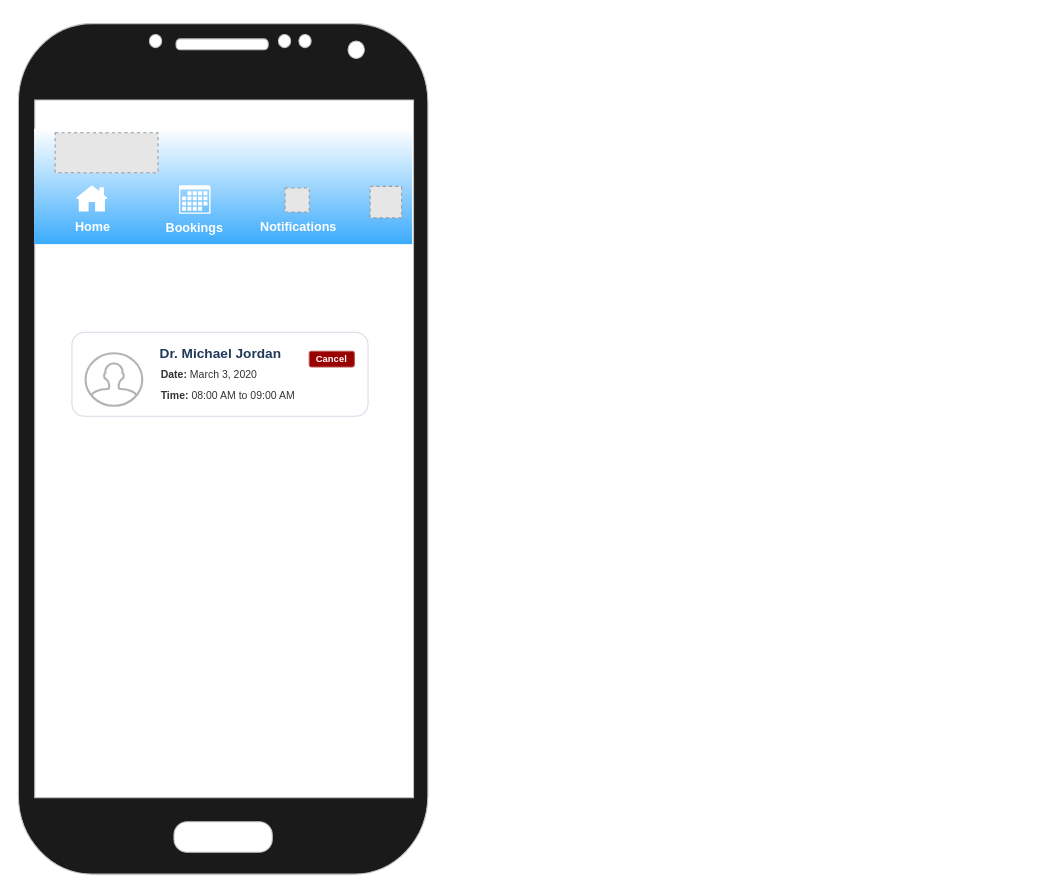
rvvergara/haiku-android keeps this draw.io diagram as page "BookingsScreen" (6 of 13) of Igaku Mobile.drawio. Above is the earlier version. Source tidied: cells renumbered, new cells numbered last; positions are measured from the earlier drawing's top-left corner, leaving out a move shared by most shapes. Both pictures are drawn from the tidied source at 105%, with x=0, y=0 at pixel (18, 23). Pictures stored in the file or linked from it are replaced by grey dashed boxes.
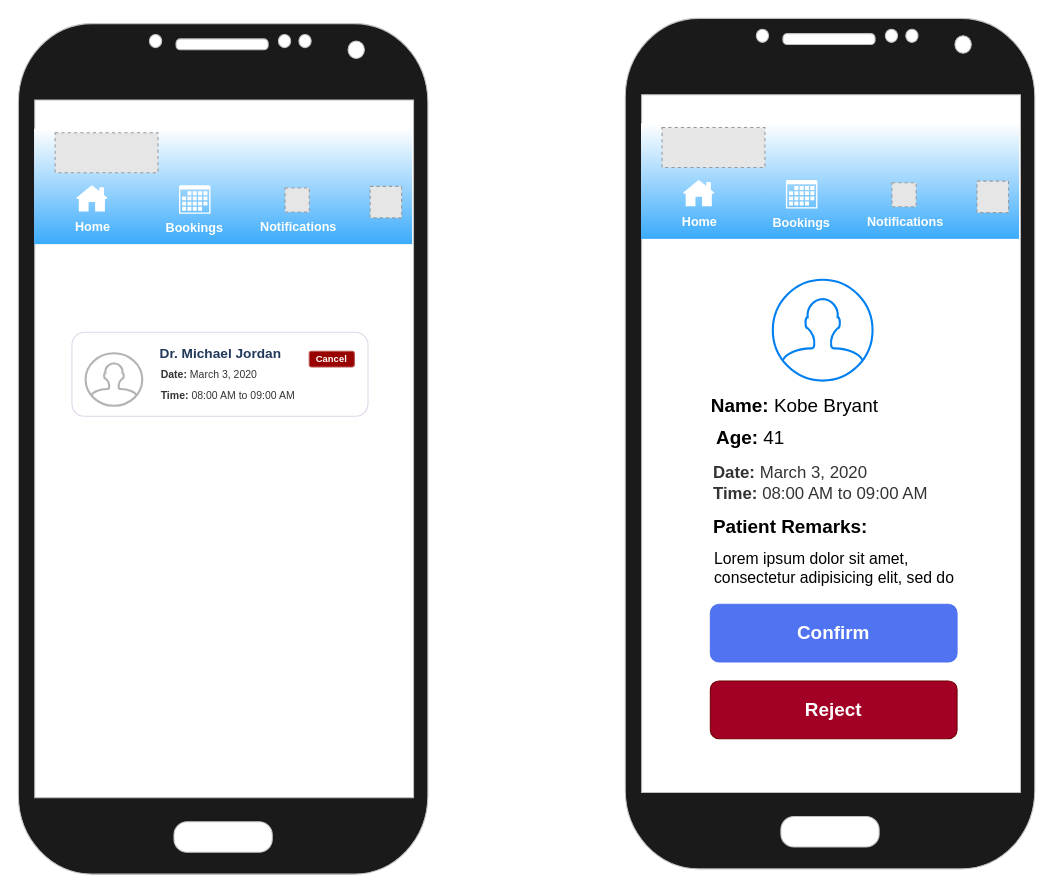
Above is the later version.

Commit message (it also covers changes not shown here):
Add Mockup for booking confirm or reject

The edit, as a diff of the source:
```diff
@@
+    <mxCell id="24" style="group;" parent="1" vertex="1">
+      <mxGeometry x="578" y="-5" width="390" height="810" as="geometry" />
+    </mxCell>
+    <mxCell id="25" style="rounded=0;whiteSpace=wrap;html=1;strokeColor=#3BABFC;strokeWidth=1;fillColor=#FFFFFF;gradientColor=#ffffff;fontColor=#FFFFFF;" parent="24" vertex="1">
+      <mxGeometry x="10" y="60" width="370" height="680" as="geometry" />
+    </mxCell>
+    <mxCell id="26" style="verticalLabelPosition=bottom;verticalAlign=top;html=1;shadow=0;dashed=0;strokeWidth=1;shape=mxgraph.android.phone2;fillColor=#1A1A1A;strokeColor=#c0c0c0;" parent="24" vertex="1">
+      <mxGeometry width="390" height="810" as="geometry" />
+    </mxCell>
+    <mxCell id="27" style="group;" parent="24" vertex="1">
+      <mxGeometry x="15" y="100" width="360" height="110" as="geometry" />
+    </mxCell>
+    <mxCell id="28" style="rounded=0;whiteSpace=wrap;html=1;fillColor=#3BABFC;strokeColor=none;gradientColor=#ffffff;gradientDirection=north;" parent="27" vertex="1">
+      <mxGeometry width="360" height="110" as="geometry" />
+    </mxCell>
+    <mxCell id="29" style="fillColor=#E6E6E6;strokeColor=#999999;dashed=1;" parent="27" vertex="1">
+      <mxGeometry x="320" y="55" width="30" height="30" as="geometry" />
+    </mxCell>
+    <mxCell id="30" style="fillColor=#E6E6E6;strokeColor=#999999;dashed=1;" parent="27" vertex="1">
+      <mxGeometry x="20" y="4" width="98" height="38" as="geometry" />
+    </mxCell>
+    <mxCell id="31" style="group;" parent="27" vertex="1">
+      <mxGeometry x="133" y="54" width="40" height="51" as="geometry" />
+    </mxCell>
+    <mxCell id="32" style="shadow=0;dashed=0;html=1;strokeColor=none;fillColor=#FFFFFF;labelPosition=center;verticalLabelPosition=bottom;verticalAlign=top;align=center;shape=mxgraph.office.concepts.calendar;" parent="31" vertex="1">
+      <mxGeometry x="5" width="30" height="27" as="geometry" />
+    </mxCell>
+    <mxCell id="33" value="Bookings" style="text;html=1;strokeColor=none;fillColor=none;align=center;verticalAlign=middle;whiteSpace=wrap;rounded=0;fontColor=#FFFFFF;fontStyle=1;" parent="31" vertex="1">
+      <mxGeometry y="31" width="40" height="20" as="geometry" />
+    </mxCell>
+    <mxCell id="34" style="group;" parent="27" vertex="1">
+      <mxGeometry x="232" y="56.5" width="40" height="47" as="geometry" />
+    </mxCell>
+    <mxCell id="35" style="fillColor=#E6E6E6;strokeColor=#999999;dashed=1;" parent="34" vertex="1">
+      <mxGeometry x="7" width="23" height="23" as="geometry" />
+    </mxCell>
+    <mxCell id="36" value="Notifications" style="text;html=1;strokeColor=none;fillColor=none;align=center;verticalAlign=middle;whiteSpace=wrap;rounded=0;fontColor=#FFFFFF;fontStyle=1;" parent="34" vertex="1">
+      <mxGeometry y="27" width="40" height="20" as="geometry" />
+    </mxCell>
+    <mxCell id="37" style="group;" parent="27" vertex="1">
+      <mxGeometry x="36" y="54" width="40" height="50" as="geometry" />
+    </mxCell>
+    <mxCell id="38" style="shadow=0;dashed=0;html=1;strokeColor=none;labelPosition=center;verticalLabelPosition=bottom;verticalAlign=top;align=center;shape=mxgraph.office.concepts.home;fillColor=#FFFFFF;" parent="37" vertex="1">
+      <mxGeometry x="4" width="30" height="25" as="geometry" />
+    </mxCell>
+    <mxCell id="39" value="Home" style="text;html=1;strokeColor=none;fillColor=none;align=center;verticalAlign=middle;whiteSpace=wrap;rounded=0;fontColor=#FFFFFF;fontStyle=1;" parent="37" vertex="1">
+      <mxGeometry y="30" width="40" height="20" as="geometry" />
+    </mxCell>
+    <mxCell id="40" style="html=1;verticalLabelPosition=bottom;align=center;labelBackgroundColor=#ffffff;verticalAlign=top;strokeWidth=2;strokeColor=#0080F0;fillColor=#ffffff;shadow=0;dashed=0;shape=mxgraph.ios7.icons.user;" parent="24" vertex="1">
+      <mxGeometry x="140.5" y="249" width="95" height="96" as="geometry" />
+    </mxCell>
+    <mxCell id="41" value="Name: &lt;span style=&quot;font-weight: normal&quot;&gt;Kobe Bryant&lt;/span&gt;" style="text;html=1;strokeColor=none;fillColor=none;align=left;verticalAlign=middle;whiteSpace=wrap;rounded=0;fontSize=18;fontStyle=1;" parent="24" vertex="1">
+      <mxGeometry x="80" y="359" width="228" height="20" as="geometry" />
+    </mxCell>
+    <mxCell id="42" value="Patient Remarks:" style="text;html=1;strokeColor=none;fillColor=none;align=left;verticalAlign=middle;whiteSpace=wrap;rounded=0;fontSize=18;fontStyle=1;" parent="24" vertex="1">
+      <mxGeometry x="81.5" y="474.5" width="228" height="20" as="geometry" />
+    </mxCell>
+    <mxCell id="43" value="Confirm" style="rounded=1;whiteSpace=wrap;html=1;fontSize=18;align=center;fontStyle=1;fillColor=#5073F1;fontColor=#FFFFFF;strokeColor=#5073F1;" parent="24" vertex="1">
+      <mxGeometry x="81" y="558" width="235" height="55" as="geometry" />
+    </mxCell>
+    <mxCell id="44" value="Reject" style="rounded=1;whiteSpace=wrap;html=1;fontSize=18;align=center;fontStyle=1;fillColor=#a20025;fontColor=#ffffff;strokeColor=#6F0000;" parent="24" vertex="1">
+      <mxGeometry x="81" y="631" width="235" height="55" as="geometry" />
+    </mxCell>
+    <mxCell id="45" value="Lorem ipsum dolor sit amet, consectetur adipisicing elit, sed do" style="text;strokeColor=none;fillColor=none;spacing=5;spacingTop=-20;whiteSpace=wrap;overflow=hidden;rounded=0;fontSize=15;fontColor=#000000;align=left;verticalAlign=middle;labelPosition=center;verticalLabelPosition=middle;" parent="24" vertex="1">
+      <mxGeometry x="80" y="489" width="238" height="87" as="geometry" />
+    </mxCell>
+    <mxCell id="46" value="Age: &lt;span style=&quot;font-weight: normal&quot;&gt;41&lt;/span&gt;" style="text;html=1;strokeColor=none;fillColor=none;align=left;verticalAlign=middle;whiteSpace=wrap;rounded=0;fontSize=18;fontStyle=1;" parent="24" vertex="1">
+      <mxGeometry x="85" y="390" width="228" height="20" as="geometry" />
+    </mxCell>
+    <mxCell id="47" value="&lt;b style=&quot;font-size: 16px;&quot;&gt;Time:&lt;/b&gt;&amp;nbsp;08:00 AM to 09:00 AM" style="text;html=1;strokeColor=none;fillColor=none;align=left;verticalAlign=middle;whiteSpace=wrap;rounded=0;shadow=0;fontSize=16;fontColor=#333333;" parent="24" vertex="1">
+      <mxGeometry x="82" y="442" width="216" height="20" as="geometry" />
+    </mxCell>
+    <mxCell id="48" value="&lt;b style=&quot;font-size: 16px;&quot;&gt;Date:&lt;/b&gt; March 3, 2020" style="text;html=1;strokeColor=none;fillColor=none;align=left;verticalAlign=middle;whiteSpace=wrap;rounded=0;shadow=0;fontSize=16;fontColor=#333333;" parent="24" vertex="1">
+      <mxGeometry x="82" y="422" width="206" height="20" as="geometry" />
+    </mxCell>
```
